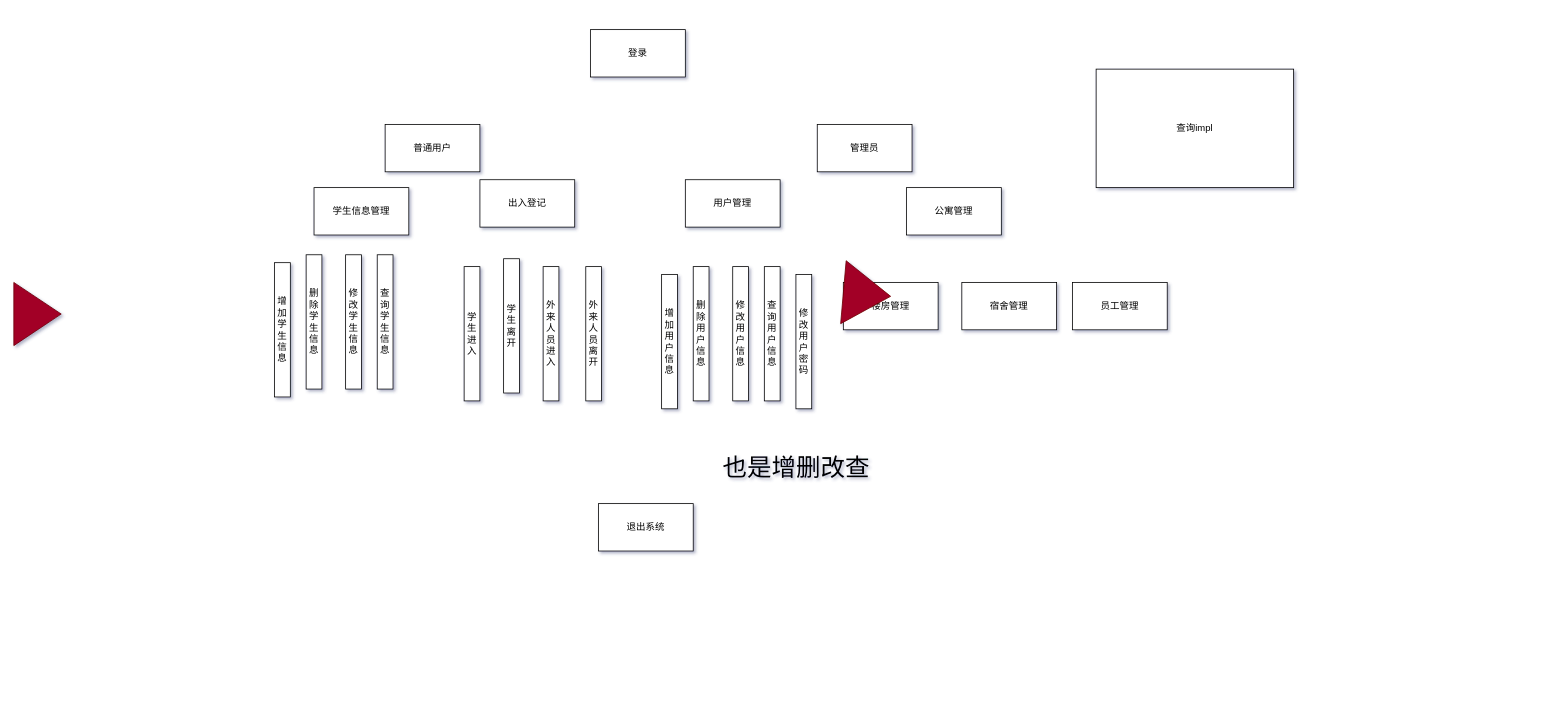
Earlier version of the draw.io diagram dormsys/note/sys.drawio (Canwaiting/note). Source tidied: cells renumbered, new cells numbered last; positions are measured from the earlier drawing's top-left corner, leaving out a move shared by most shapes. Both pictures are drawn from the tidied source at 79%, with x=0, y=0 at pixel (13, 29).
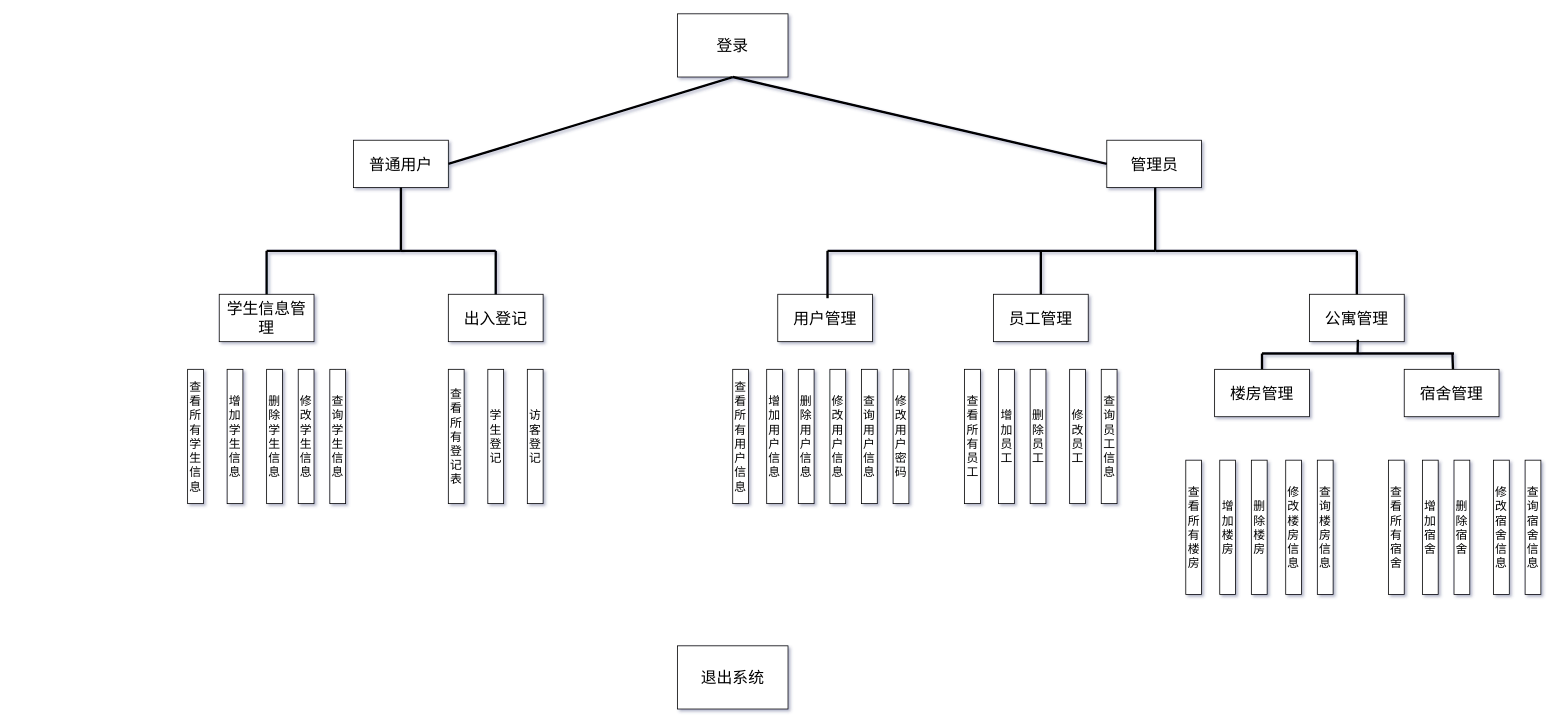
After the change.

What changed in the source:
```diff
@@
-    <mxCell id="2" value="普通用户" style="whiteSpace=wrap;html=1;" parent="1" vertex="1">
-      <mxGeometry x="470" y="120" width="120" height="60" as="geometry" />
+    <mxCell id="2" value="普通用户" style="whiteSpace=wrap;html=1;fontSize=20;" parent="1" vertex="1">
+      <mxGeometry x="430" y="140" width="120" height="60" as="geometry" />
     </mxCell>
-    <mxCell id="3" value="登录" style="whiteSpace=wrap;html=1;" parent="1" vertex="1">
-      <mxGeometry x="730" width="120" height="60" as="geometry" />
+    <mxCell id="3" value="登录" style="whiteSpace=wrap;html=1;fontSize=20;" parent="1" vertex="1">
+      <mxGeometry x="840" y="-20" width="140" height="80" as="geometry" />
     </mxCell>
-    <mxCell id="4" value="管理员" style="whiteSpace=wrap;html=1;" parent="1" vertex="1">
-      <mxGeometry x="1017" y="120" width="120" height="60" as="geometry" />
+    <mxCell id="4" value="管理员" style="whiteSpace=wrap;html=1;fontSize=20;" parent="1" vertex="1">
+      <mxGeometry x="1383.5" y="140" width="120" height="60" as="geometry" />
     </mxCell>
-    <mxCell id="5" value="增加学生信息" style="whiteSpace=wrap;html=1;" parent="1" vertex="1">
-      <mxGeometry x="330" y="295" width="20" height="170" as="geometry" />
+    <mxCell id="5" value="增加学生信息" style="whiteSpace=wrap;html=1;fontSize=15;" parent="1" vertex="1">
+      <mxGeometry x="270" y="430" width="20" height="170" as="geometry" />
     </mxCell>
-    <mxCell id="6" value="删除学生信息" style="whiteSpace=wrap;html=1;" parent="1" vertex="1">
-      <mxGeometry x="370" y="285" width="20" height="170" as="geometry" />
+    <mxCell id="6" value="删除学生信息" style="whiteSpace=wrap;html=1;fontSize=15;" parent="1" vertex="1">
+      <mxGeometry x="320" y="430" width="20" height="170" as="geometry" />
     </mxCell>
-    <mxCell id="7" value="外来人员离开" style="whiteSpace=wrap;html=1;" parent="1" vertex="1">
-      <mxGeometry x="724" y="300" width="20" height="170" as="geometry" />
-    </mxCell>
-    <mxCell id="8" value="外来人员进入" style="whiteSpace=wrap;html=1;" parent="1" vertex="1">
-      <mxGeometry x="670" y="300" width="20" height="170" as="geometry" />
+    <mxCell id="8" value="访客登记" style="whiteSpace=wrap;html=1;fontSize=15;" parent="1" vertex="1">
+      <mxGeometry x="650" y="430" width="20" height="170" as="geometry" />
     </mxCell>
-    <mxCell id="9" value="学生离开" style="whiteSpace=wrap;html=1;" parent="1" vertex="1">
-      <mxGeometry x="620" y="290" width="20" height="170" as="geometry" />
-    </mxCell>
-    <mxCell id="10" value="学生进入" style="whiteSpace=wrap;html=1;" parent="1" vertex="1">
-      <mxGeometry x="570" y="300" width="20" height="170" as="geometry" />
-    </mxCell>
-    <mxCell id="11" value="查询学生信息" style="whiteSpace=wrap;html=1;" parent="1" vertex="1">
-      <mxGeometry x="460" y="285" width="20" height="170" as="geometry" />
+    <mxCell id="11" value="查询学生信息" style="whiteSpace=wrap;html=1;fontSize=15;" parent="1" vertex="1">
+      <mxGeometry x="400" y="430" width="20" height="170" as="geometry" />
     </mxCell>
-    <mxCell id="12" value="修改学生信息" style="whiteSpace=wrap;html=1;" parent="1" vertex="1">
-      <mxGeometry x="420" y="285" width="20" height="170" as="geometry" />
+    <mxCell id="12" value="修改学生信息" style="whiteSpace=wrap;html=1;fontSize=15;" parent="1" vertex="1">
+      <mxGeometry x="360" y="430" width="20" height="170" as="geometry" />
     </mxCell>
-    <mxCell id="13" value="学生信息管理" style="whiteSpace=wrap;html=1;" parent="1" vertex="1">
-      <mxGeometry x="380" y="200" width="120" height="60" as="geometry" />
+    <mxCell id="13" value="学生信息管理" style="whiteSpace=wrap;html=1;fontSize=20;" parent="1" vertex="1">
+      <mxGeometry x="260" y="335" width="120" height="60" as="geometry" />
     </mxCell>
-    <mxCell id="14" value="出入登记" style="whiteSpace=wrap;html=1;" parent="1" vertex="1">
-      <mxGeometry x="590" y="190" width="120" height="60" as="geometry" />
+    <mxCell id="14" value="出入登记" style="whiteSpace=wrap;html=1;fontSize=20;" parent="1" vertex="1">
+      <mxGeometry x="550" y="335" width="120" height="60" as="geometry" />
     </mxCell>
-    <mxCell id="15" value="用户管理" style="whiteSpace=wrap;html=1;" parent="1" vertex="1">
-      <mxGeometry x="850" y="190" width="120" height="60" as="geometry" />
+    <mxCell id="15" value="用户管理" style="whiteSpace=wrap;html=1;fontSize=20;" parent="1" vertex="1">
+      <mxGeometry x="967" y="335" width="120" height="60" as="geometry" />
     </mxCell>
-    <mxCell id="16" value="公寓管理" style="whiteSpace=wrap;html=1;" parent="1" vertex="1">
-      <mxGeometry x="1130" y="200" width="120" height="60" as="geometry" />
+    <mxCell id="16" value="公寓管理" style="whiteSpace=wrap;html=1;fontSize=20;" parent="1" vertex="1">
+      <mxGeometry x="1640" y="335" width="120" height="60" as="geometry" />
     </mxCell>
-    <mxCell id="17" value="增加用户信息" style="whiteSpace=wrap;html=1;" parent="1" vertex="1">
-      <mxGeometry x="820" y="310" width="20" height="170" as="geometry" />
+    <mxCell id="17" value="增加用户信息" style="whiteSpace=wrap;html=1;fontSize=15;" parent="1" vertex="1">
+      <mxGeometry x="953" y="430" width="20" height="170" as="geometry" />
     </mxCell>
-    <mxCell id="18" value="删除用户信息" style="whiteSpace=wrap;html=1;" parent="1" vertex="1">
-      <mxGeometry x="860" y="300" width="20" height="170" as="geometry" />
+    <mxCell id="18" value="删除用户信息" style="whiteSpace=wrap;html=1;fontSize=15;" parent="1" vertex="1">
+      <mxGeometry x="993" y="430" width="20" height="170" as="geometry" />
     </mxCell>
-    <mxCell id="19" value="查询用户信息" style="whiteSpace=wrap;html=1;" parent="1" vertex="1">
-      <mxGeometry x="950" y="300" width="20" height="170" as="geometry" />
+    <mxCell id="19" value="查询用户信息" style="whiteSpace=wrap;html=1;fontSize=15;" parent="1" vertex="1">
+      <mxGeometry x="1073" y="430" width="20" height="170" as="geometry" />
     </mxCell>
-    <mxCell id="20" value="修改用户信息" style="whiteSpace=wrap;html=1;" parent="1" vertex="1">
-      <mxGeometry x="910" y="300" width="20" height="170" as="geometry" />
+    <mxCell id="20" value="修改用户信息" style="whiteSpace=wrap;html=1;fontSize=15;" parent="1" vertex="1">
+      <mxGeometry x="1033" y="430" width="20" height="170" as="geometry" />
     </mxCell>
-    <mxCell id="21" value="修改用户密码" style="whiteSpace=wrap;html=1;" parent="1" vertex="1">
-      <mxGeometry x="990" y="310" width="20" height="170" as="geometry" />
+    <mxCell id="21" value="修改用户密码" style="whiteSpace=wrap;html=1;fontSize=15;" parent="1" vertex="1">
+      <mxGeometry x="1113" y="430" width="20" height="170" as="geometry" />
     </mxCell>
-    <mxCell id="22" value="楼房管理" style="whiteSpace=wrap;html=1;" parent="1" vertex="1">
-      <mxGeometry x="1050" y="320" width="120" height="60" as="geometry" />
+    <mxCell id="22" value="楼房管理" style="whiteSpace=wrap;html=1;fontSize=20;" parent="1" vertex="1">
+      <mxGeometry x="1520" y="430" width="120" height="60" as="geometry" />
     </mxCell>
-    <mxCell id="23" value="宿舍管理" style="whiteSpace=wrap;html=1;" parent="1" vertex="1">
-      <mxGeometry x="1200" y="320" width="120" height="60" as="geometry" />
+    <mxCell id="23" value="宿舍管理" style="whiteSpace=wrap;html=1;fontSize=20;" parent="1" vertex="1">
+      <mxGeometry x="1760" y="430" width="120" height="60" as="geometry" />
     </mxCell>
-    <mxCell id="24" value="员工管理" style="whiteSpace=wrap;html=1;" parent="1" vertex="1">
-      <mxGeometry x="1340" y="320" width="120" height="60" as="geometry" />
+    <mxCell id="24" value="员工管理" style="whiteSpace=wrap;html=1;fontSize=20;" parent="1" vertex="1">
+      <mxGeometry x="1240" y="335" width="120" height="60" as="geometry" />
     </mxCell>
-    <mxCell id="25" value="也是增删改查" style="text;html=1;align=center;verticalAlign=middle;strokeColor=none;fontColor=#000000;fontSize=31;" parent="1" vertex="1">
-      <mxGeometry x="890" y="535" width="200" height="40" as="geometry" />
-    </mxCell>
+    <mxCell id="29" value="增加楼房" style="whiteSpace=wrap;html=1;fontSize=15;" parent="1" vertex="1">
+      <mxGeometry x="1526.5" y="545" width="20" height="170" as="geometry" />
+    </mxCell>
+    <mxCell id="30" value="删除楼房" style="whiteSpace=wrap;html=1;fontSize=15;" parent="1" vertex="1">
+      <mxGeometry x="1566.5" y="545" width="20" height="170" as="geometry" />
+    </mxCell>
+    <mxCell id="31" value="查询楼房信息" style="whiteSpace=wrap;html=1;fontSize=15;" parent="1" vertex="1">
+      <mxGeometry x="1650" y="545" width="20" height="170" as="geometry" />
+    </mxCell>
+    <mxCell id="32" value="修改楼房信息" style="whiteSpace=wrap;html=1;fontSize=15;" parent="1" vertex="1">
+      <mxGeometry x="1610" y="545" width="20" height="170" as="geometry" />
+    </mxCell>
+    <mxCell id="33" value="查看所有学生信息" style="whiteSpace=wrap;html=1;fontSize=15;" parent="1" vertex="1">
+      <mxGeometry x="220" y="430" width="20" height="170" as="geometry" />
+    </mxCell>
+    <mxCell id="34" value="查看所有登记表" style="whiteSpace=wrap;html=1;fontSize=15;" parent="1" vertex="1">
+      <mxGeometry x="550" y="430" width="20" height="170" as="geometry" />
+    </mxCell>
+    <mxCell id="35" value="学生登记" style="whiteSpace=wrap;html=1;fontSize=15;" parent="1" vertex="1">
+      <mxGeometry x="600" y="430" width="20" height="170" as="geometry" />
+    </mxCell>
+    <mxCell id="36" value="查看所有楼房" style="whiteSpace=wrap;html=1;fontSize=15;" parent="1" vertex="1">
+      <mxGeometry x="1483.5" y="545" width="20" height="170" as="geometry" />
+    </mxCell>
+    <mxCell id="37" value="增加宿舍" style="whiteSpace=wrap;html=1;fontSize=15;" parent="1" vertex="1">
+      <mxGeometry x="1783" y="545" width="20" height="170" as="geometry" />
+    </mxCell>
+    <mxCell id="38" value="删除宿舍" style="whiteSpace=wrap;html=1;fontSize=15;" parent="1" vertex="1">
+      <mxGeometry x="1823" y="545" width="20" height="170" as="geometry" />
+    </mxCell>
+    <mxCell id="39" value="查询宿舍信息" style="whiteSpace=wrap;html=1;fontSize=15;" parent="1" vertex="1">
+      <mxGeometry x="1913" y="545" width="20" height="170" as="geometry" />
+    </mxCell>
+    <mxCell id="40" value="修改宿舍信息" style="whiteSpace=wrap;html=1;fontSize=15;" parent="1" vertex="1">
+      <mxGeometry x="1873" y="545" width="20" height="170" as="geometry" />
+    </mxCell>
+    <mxCell id="41" value="查看所有宿舍" style="whiteSpace=wrap;html=1;fontSize=15;" parent="1" vertex="1">
+      <mxGeometry x="1740" y="545" width="20" height="170" as="geometry" />
+    </mxCell>
+    <mxCell id="42" value="增加员工" style="whiteSpace=wrap;html=1;fontSize=15;" parent="1" vertex="1">
+      <mxGeometry x="1246.5" y="430" width="20" height="170" as="geometry" />
+    </mxCell>
+    <mxCell id="43" value="删除员工" style="whiteSpace=wrap;html=1;fontSize=15;" parent="1" vertex="1">
+      <mxGeometry x="1286.5" y="430" width="20" height="170" as="geometry" />
+    </mxCell>
+    <mxCell id="44" value="查询员工信息" style="whiteSpace=wrap;html=1;fontSize=15;" parent="1" vertex="1">
+      <mxGeometry x="1376.5" y="430" width="20" height="170" as="geometry" />
+    </mxCell>
+    <mxCell id="45" value="修改员工" style="whiteSpace=wrap;html=1;fontSize=15;" parent="1" vertex="1">
+      <mxGeometry x="1336.5" y="430" width="20" height="170" as="geometry" />
+    </mxCell>
+    <mxCell id="46" value="查看所有员工" style="whiteSpace=wrap;html=1;fontSize=15;" parent="1" vertex="1">
+      <mxGeometry x="1203.5" y="430" width="20" height="170" as="geometry" />
+    </mxCell>
+    <mxCell id="47" value="查看所有用户信息" style="whiteSpace=wrap;html=1;fontSize=15;" parent="1" vertex="1">
+      <mxGeometry x="910" y="430" width="20" height="170" as="geometry" />
+    </mxCell>
+    <mxCell id="48" style="endArrow=none;html=1;fontSize=15;fontColor=#000000;strokeColor=#000000;strokeWidth=3;exitX=1;exitY=0.5;exitDx=0;exitDy=0;" parent="1" edge="1" source="2">
+      <mxGeometry relative="1" as="geometry">
+        <mxPoint x="910" y="60" as="targetPoint" />
+      </mxGeometry>
+    </mxCell>
+    <mxCell id="49" style="endArrow=none;html=1;fontSize=15;fontColor=#000000;strokeColor=#000000;strokeWidth=3;entryX=0.5;entryY=1;entryDx=0;entryDy=0;" parent="1" edge="1" target="2">
+      <mxGeometry relative="1" as="geometry">
+        <mxPoint x="490" y="280" as="sourcePoint" />
+      </mxGeometry>
+    </mxCell>
+    <mxCell id="50" style="endArrow=none;html=1;fontSize=15;fontColor=#000000;strokeColor=#000000;strokeWidth=3;" parent="1" edge="1">
+      <mxGeometry relative="1" as="geometry">
+        <mxPoint x="610" y="280" as="sourcePoint" />
+        <mxPoint x="490" y="280" as="targetPoint" />
+      </mxGeometry>
+    </mxCell>
+    <mxCell id="51" style="endArrow=none;html=1;fontSize=15;fontColor=#000000;strokeColor=#000000;strokeWidth=3;exitX=0.5;exitY=0;exitDx=0;exitDy=0;" parent="1" edge="1" source="14">
+      <mxGeometry relative="1" as="geometry">
+        <mxPoint x="610" y="280" as="targetPoint" />
+      </mxGeometry>
+    </mxCell>
+    <mxCell id="52" style="endArrow=none;html=1;fontSize=15;fontColor=#000000;strokeColor=#000000;strokeWidth=3;exitX=0;exitY=0.5;exitDx=0;exitDy=0;entryX=0.5;entryY=1;entryDx=0;entryDy=0;" parent="1" edge="1" source="4" target="3">
+      <mxGeometry relative="1" as="geometry" />
+    </mxCell>
+    <mxCell id="53" style="endArrow=none;html=1;fontSize=15;fontColor=#000000;strokeColor=#000000;strokeWidth=3;entryX=0.5;entryY=0;entryDx=0;entryDy=0;" parent="1" edge="1" target="13">
+      <mxGeometry relative="1" as="geometry">
+        <mxPoint x="320" y="280" as="sourcePoint" />
+      </mxGeometry>
+    </mxCell>
+    <mxCell id="54" style="endArrow=none;html=1;fontSize=15;fontColor=#000000;strokeColor=#000000;strokeWidth=3;" parent="1" edge="1">
+      <mxGeometry relative="1" as="geometry">
+        <mxPoint x="320" y="280" as="sourcePoint" />
+        <mxPoint x="490" y="280" as="targetPoint" />
+      </mxGeometry>
+    </mxCell>
+    <mxCell id="55" style="endArrow=none;html=1;fontSize=15;fontColor=#000000;strokeColor=#000000;strokeWidth=3;entryX=0.5;entryY=1;entryDx=0;entryDy=0;" parent="1" edge="1">
+      <mxGeometry relative="1" as="geometry">
+        <mxPoint x="1444.8" y="280" as="sourcePoint" />
+        <mxPoint x="1444.8" y="200" as="targetPoint" />
+      </mxGeometry>
+    </mxCell>
+    <mxCell id="56" style="endArrow=none;html=1;fontSize=15;fontColor=#000000;strokeColor=#000000;strokeWidth=3;" parent="1" edge="1">
+      <mxGeometry relative="1" as="geometry">
+        <mxPoint x="1700" y="280" as="sourcePoint" />
+        <mxPoint x="1444.8" y="280" as="targetPoint" />
+      </mxGeometry>
+    </mxCell>
+    <mxCell id="57" style="endArrow=none;html=1;fontSize=15;fontColor=#000000;strokeColor=#000000;strokeWidth=3;exitX=0.5;exitY=0;exitDx=0;exitDy=0;" parent="1" edge="1" source="16">
+      <mxGeometry relative="1" as="geometry">
+        <mxPoint x="1700" y="280" as="targetPoint" />
+      </mxGeometry>
+    </mxCell>
+    <mxCell id="58" style="endArrow=none;html=1;fontSize=15;fontColor=#000000;strokeColor=#000000;strokeWidth=3;" parent="1" edge="1">
+      <mxGeometry relative="1" as="geometry">
+        <mxPoint x="1030" y="280" as="sourcePoint" />
+        <mxPoint x="1444.8" y="280" as="targetPoint" />
+      </mxGeometry>
+    </mxCell>
+    <mxCell id="59" style="endArrow=none;html=1;fontSize=15;fontColor=#000000;strokeColor=#000000;strokeWidth=3;entryX=0.5;entryY=0;entryDx=0;entryDy=0;" parent="1" edge="1" target="24">
+      <mxGeometry relative="1" as="geometry">
+        <mxPoint x="1300" y="280" as="sourcePoint" />
+      </mxGeometry>
+    </mxCell>
+    <mxCell id="60" style="endArrow=none;html=1;fontSize=15;fontColor=#000000;strokeColor=#000000;strokeWidth=3;" parent="1" edge="1">
+      <mxGeometry relative="1" as="geometry">
+        <mxPoint x="1030" y="340" as="sourcePoint" />
+        <mxPoint x="1030" y="280" as="targetPoint" />
+      </mxGeometry>
+    </mxCell>
+    <mxCell id="61" style="endArrow=none;html=1;fontSize=15;fontColor=#000000;strokeColor=#000000;strokeWidth=3;entryX=0.5;entryY=1;entryDx=0;entryDy=0;" parent="1" edge="1">
+      <mxGeometry relative="1" as="geometry">
+        <mxPoint x="1701" y="410" as="sourcePoint" />
+        <mxPoint x="1701.3" y="392.5" as="targetPoint" />
+      </mxGeometry>
+    </mxCell>
+    <mxCell id="62" style="endArrow=none;html=1;fontSize=15;fontColor=#000000;strokeColor=#000000;strokeWidth=3;" parent="1" edge="1">
+      <mxGeometry relative="1" as="geometry">
+        <mxPoint x="1823" y="410" as="sourcePoint" />
+        <mxPoint x="1580" y="410" as="targetPoint" />
+      </mxGeometry>
+    </mxCell>
+    <mxCell id="63" style="endArrow=none;html=1;fontSize=15;fontColor=#000000;strokeColor=#000000;strokeWidth=3;exitX=0.5;exitY=0;exitDx=0;exitDy=0;" parent="1" edge="1">
+      <mxGeometry relative="1" as="geometry">
+        <mxPoint x="1821.7" y="430" as="sourcePoint" />
+        <mxPoint x="1821" y="410" as="targetPoint" />
+      </mxGeometry>
+    </mxCell>
+    <mxCell id="64" style="endArrow=none;html=1;fontSize=15;fontColor=#000000;strokeColor=#000000;strokeWidth=3;exitX=0.5;exitY=0;exitDx=0;exitDy=0;" parent="1" edge="1" source="22">
+      <mxGeometry relative="1" as="geometry">
+        <mxPoint x="1580" y="410" as="targetPoint" />
+      </mxGeometry>
+    </mxCell>
-    <mxCell id="26" value="退出系统" style="whiteSpace=wrap;html=1;" parent="1" vertex="1">
-      <mxGeometry x="740" y="600" width="120" height="60" as="geometry" />
+    <mxCell id="26" value="退出系统" style="whiteSpace=wrap;html=1;fontSize=20;" parent="1" vertex="1">
+      <mxGeometry x="840" y="780" width="140" height="80" as="geometry" />
     </mxCell>
-    <mxCell id="27" style="triangle;whiteSpace=wrap;html=1;fillColor=#a20025;strokeColor=#6F0000;fontColor=#ffffff;" parent="1" vertex="1">
-      <mxGeometry y="320" width="60" height="80" as="geometry" />
-    </mxCell>
-    <mxCell id="28" style="triangle;whiteSpace=wrap;html=1;fillColor=#a20025;strokeColor=#6F0000;fontColor=#ffffff;rotation=5;" parent="1" vertex="1">
-      <mxGeometry x="1050" y="295" width="60" height="80" as="geometry" />
-    </mxCell>
-    <mxCell id="29" value="查询impl" style="whiteSpace=wrap;html=1;" parent="1" vertex="1">
-      <mxGeometry x="1370" y="50" width="250" height="150" as="geometry" />
-    </mxCell>
```
